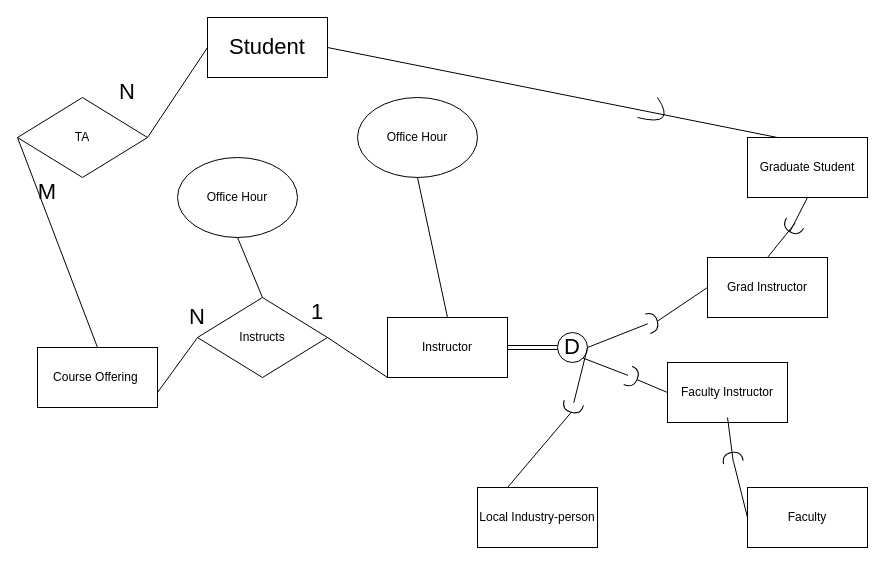
Earlier version of the draw.io diagram Untitled Diagram.drawio (jhmejia/HMLsim). Source tidied: cells renumbered, new cells numbered last; positions are measured from the earlier drawing's top-left corner, leaving out a move shared by most shapes. Both pictures are drawn from the tidied source at 100%, with x=0, y=0 at pixel (17, 17).
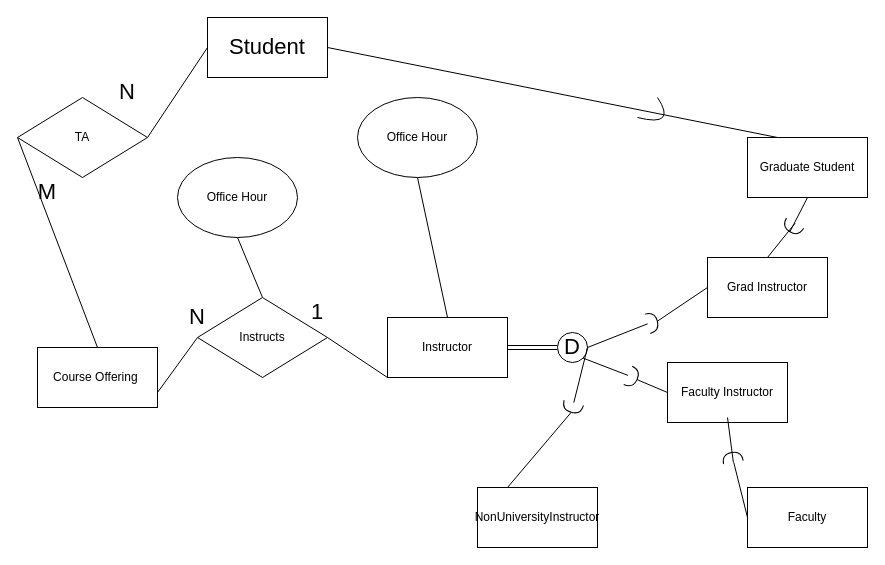
The same page after the edit.

What changed in the source:
```diff
@@
-    <mxCell id="7" value="Local Industry-person" style="rounded=0;whiteSpace=wrap;html=1;" parent="1" vertex="1">
+    <mxCell id="7" value="NonUniversityInstructor" style="rounded=0;whiteSpace=wrap;html=1;" parent="1" vertex="1">
       <mxGeometry x="460" y="470" width="120" height="60" as="geometry" />
     </mxCell>
```
